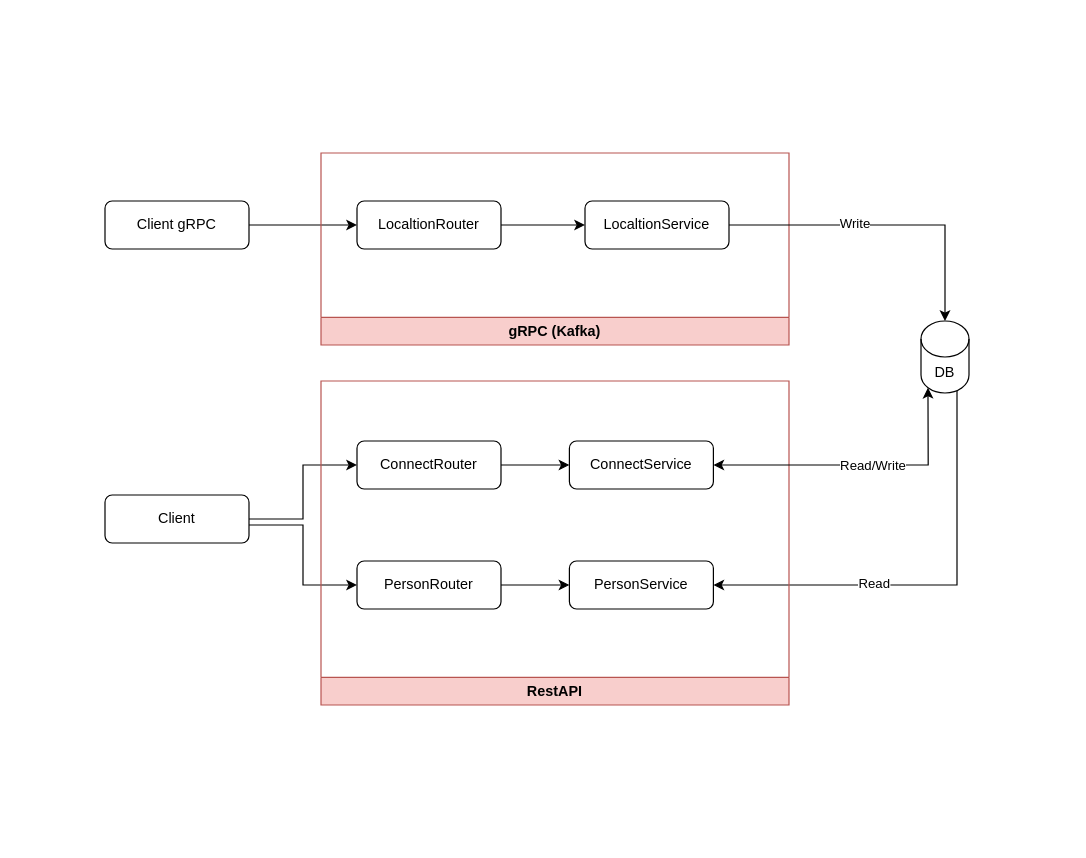
maihoang241993/cloud-prj2 keeps this draw.io diagram as docs/draw.drawio. Above is the earlier version. Source tidied: cells renumbered, new cells numbered last; positions are measured from the earlier drawing's top-left corner, leaving out a move shared by most shapes. Both pictures are drawn from the tidied source at 120%, with x=0, y=0 at pixel (104, 152).
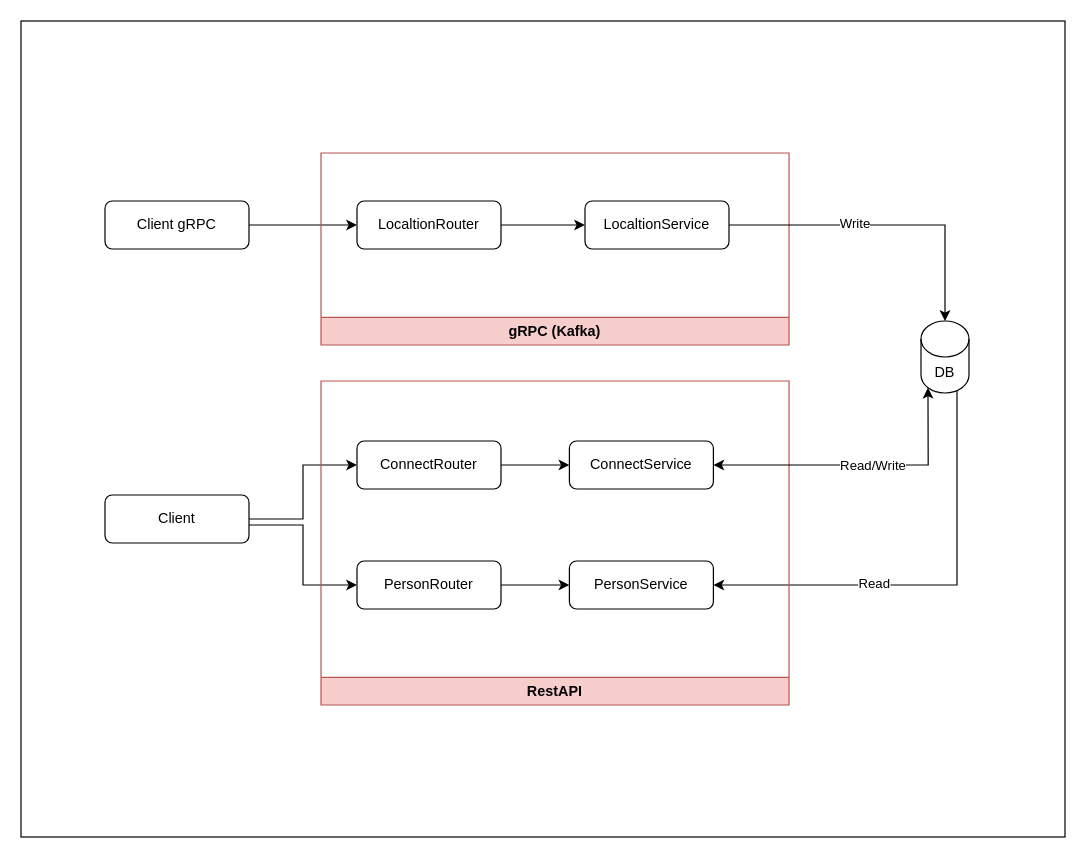
After the change.

Change to the diagram source:
```diff
@@
+    <mxCell id="25" style="rounded=0;whiteSpace=wrap;html=1;" parent="1" vertex="1">
+      <mxGeometry x="-70" y="-110" width="870" height="680" as="geometry" />
+    </mxCell>
```
